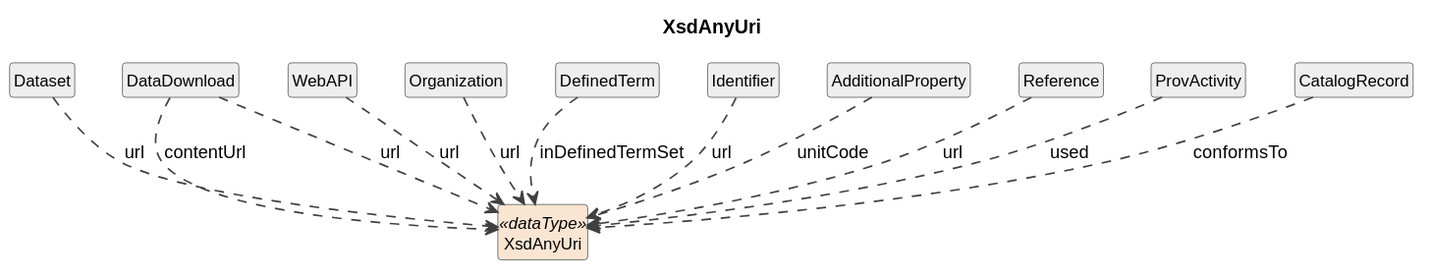
This is cdif-uml-model/_plantuml/cdifCore/DataTypes/XsdAnyUri.svg from Cross-Domain-Interoperability-Framework/metadataBuildingBlocks, a PlantUML export, as it was before one commit. Source of this version:
```plantuml
@startuml
title XsdAnyUri
hide circle
hide empty members
skinparam shadowing false
skinparam ArrowThickness 1.2
skinparam class {
  ArrowColor #404040
  BorderColor #404040
  FontSize 12
}

class "XsdAnyUri" as XsdAnyUri <<dataType>> #FAE5D3
class "Dataset" as Dataset #EEEEEE
Dataset ..> XsdAnyUri : url
class "DataDownload" as DataDownload #EEEEEE
DataDownload ..> XsdAnyUri : contentUrl
DataDownload ..> XsdAnyUri : url
class "WebAPI" as WebAPI #EEEEEE
WebAPI ..> XsdAnyUri : url
class "Organization" as Organization #EEEEEE
Organization ..> XsdAnyUri : url
class "DefinedTerm" as DefinedTerm #EEEEEE
DefinedTerm ..> XsdAnyUri : inDefinedTermSet
class "Identifier" as Identifier #EEEEEE
Identifier ..> XsdAnyUri : url
class "AdditionalProperty" as AdditionalProperty #EEEEEE
AdditionalProperty ..> XsdAnyUri : unitCode
class "Reference" as Reference #EEEEEE
Reference ..> XsdAnyUri : url
class "ProvActivity" as ProvActivity #EEEEEE
ProvActivity ..> XsdAnyUri : used
class "CatalogRecord" as CatalogRecord #EEEEEE
CatalogRecord ..> XsdAnyUri : conformsTo
@enduml
```
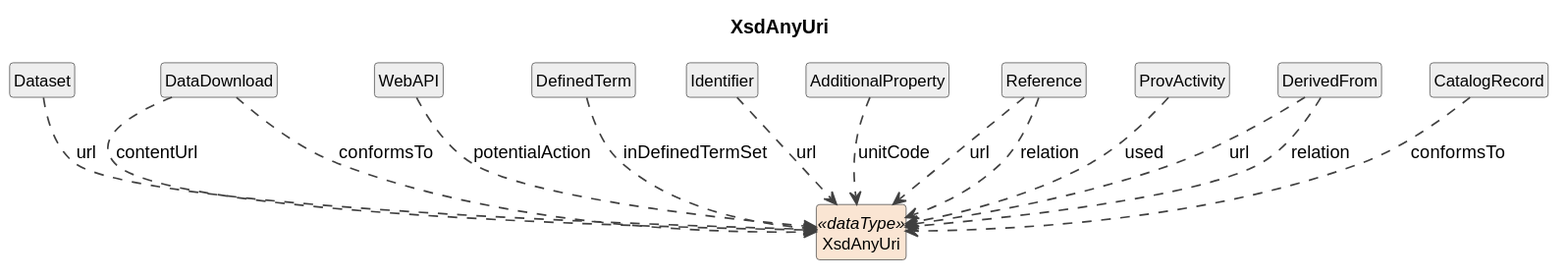
The same file after the commit.

What changed in the source:
```diff
@@ -15,11 +15,9 @@
 Dataset ..> XsdAnyUri : url
 class "DataDownload" as DataDownload #EEEEEE
 DataDownload ..> XsdAnyUri : contentUrl
-DataDownload ..> XsdAnyUri : url
+DataDownload ..> XsdAnyUri : conformsTo
 class "WebAPI" as WebAPI #EEEEEE
-WebAPI ..> XsdAnyUri : url
-class "Organization" as Organization #EEEEEE
-Organization ..> XsdAnyUri : url
+WebAPI ..> XsdAnyUri : potentialAction
 class "DefinedTerm" as DefinedTerm #EEEEEE
 DefinedTerm ..> XsdAnyUri : inDefinedTermSet
 class "Identifier" as Identifier #EEEEEE
@@ -28,8 +26,12 @@
 AdditionalProperty ..> XsdAnyUri : unitCode
 class "Reference" as Reference #EEEEEE
 Reference ..> XsdAnyUri : url
+Reference ..> XsdAnyUri : relation
 class "ProvActivity" as ProvActivity #EEEEEE
 ProvActivity ..> XsdAnyUri : used
+class "DerivedFrom" as DerivedFrom #EEEEEE
+DerivedFrom ..> XsdAnyUri : url
+DerivedFrom ..> XsdAnyUri : relation
 class "CatalogRecord" as CatalogRecord #EEEEEE
 CatalogRecord ..> XsdAnyUri : conformsTo
 @enduml
```
